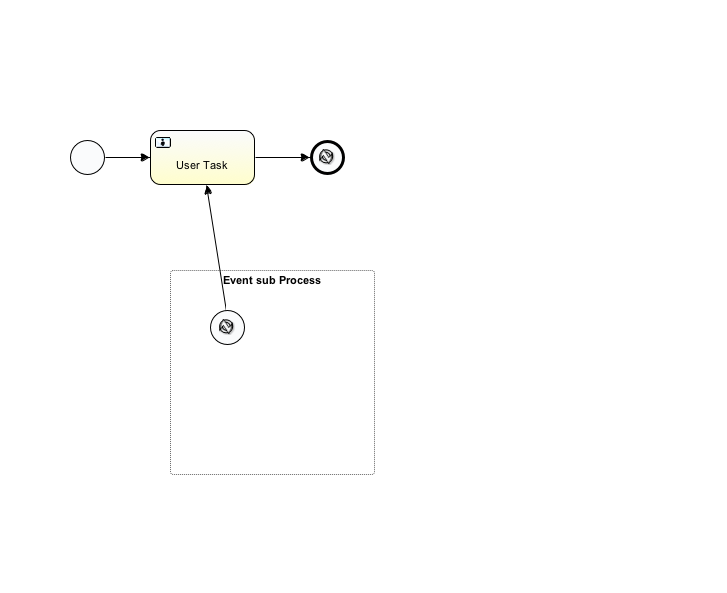
This is src/main/resources/diagrams/ErrorEventAndRerun.png from henryyan/activiti-study, a BPMN export, as it was before one commit. Its source is kept beside it as src/main/resources/diagrams/ErrorEventAndRerun.bpmn. Ids are renumbered. The source it was exported from:
```xml
<definitions xmlns="http://www.omg.org/spec/BPMN/20100524/MODEL" xmlns:xsi="http://www.w3.org/2001/XMLSchema-instance" xmlns:activiti="http://activiti.org/bpmn" xmlns:bpmndi="http://www.omg.org/spec/BPMN/20100524/DI" xmlns:omgdc="http://www.omg.org/spec/DD/20100524/DC" xmlns:omgdi="http://www.omg.org/spec/DD/20100524/DI" typeLanguage="http://www.w3.org/2001/XMLSchema" expressionLanguage="http://www.w3.org/1999/XPath" targetNamespace="http://www.activiti.org/test">
  <process id="ErrorEventAndRerun.bpmn" name="ErrorEventAndRerun">
    <startEvent id="startevent1" name="Start"></startEvent>
    <userTask id="usertask1" name="User Task" activiti:assignee="henryyan"></userTask>
    <endEvent id="endevent1" name="ErrorEnd">
      <errorEventDefinition errorRef="AAA"></errorEventDefinition>
    </endEvent>
    <subProcess id="eventsubprocess1" name="Event sub Process" triggeredByEvent="true">
      <startEvent id="errorstartevent1" name="Error start">
        <errorEventDefinition errorRef="AAA"></errorEventDefinition>
      </startEvent>
      <sequenceFlow id="flow3" name="" sourceRef="errorstartevent1" targetRef="usertask1"></sequenceFlow>
    </subProcess>
    <sequenceFlow id="flow1" name="" sourceRef="startevent1" targetRef="usertask1"></sequenceFlow>
    <sequenceFlow id="flow2" name="" sourceRef="usertask1" targetRef="endevent1"></sequenceFlow>
  </process>
  <bpmndi:BPMNDiagram id="BPMNDiagram_ErrorEventAndRerun.bpmn">
    <bpmndi:BPMNPlane bpmnElement="ErrorEventAndRerun.bpmn" id="BPMNPlane_ErrorEventAndRerun.bpmn">
      <bpmndi:BPMNShape bpmnElement="startevent1" id="BPMNShape_startevent1">
        <omgdc:Bounds height="35" width="35" x="70" y="140"></omgdc:Bounds>
      </bpmndi:BPMNShape>
      <bpmndi:BPMNShape bpmnElement="usertask1" id="BPMNShape_usertask1">
        <omgdc:Bounds height="55" width="105" x="150" y="130"></omgdc:Bounds>
      </bpmndi:BPMNShape>
      <bpmndi:BPMNShape bpmnElement="endevent1" id="BPMNShape_endevent1">
        <omgdc:Bounds height="35" width="35" x="310" y="140"></omgdc:Bounds>
      </bpmndi:BPMNShape>
      <bpmndi:BPMNShape bpmnElement="eventsubprocess1" id="BPMNShape_eventsubprocess1" isExpanded="true">
        <omgdc:Bounds height="205" width="205" x="170" y="270"></omgdc:Bounds>
      </bpmndi:BPMNShape>
      <bpmndi:BPMNShape bpmnElement="errorstartevent1" id="BPMNShape_errorstartevent1">
        <omgdc:Bounds height="35" width="35" x="210" y="310"></omgdc:Bounds>
      </bpmndi:BPMNShape>
      <bpmndi:BPMNEdge bpmnElement="flow3" id="BPMNEdge_flow3">
        <omgdi:waypoint x="227" y="310"></omgdi:waypoint>
        <omgdi:waypoint x="202" y="185"></omgdi:waypoint>
      </bpmndi:BPMNEdge>
      <bpmndi:BPMNEdge bpmnElement="flow1" id="BPMNEdge_flow1">
        <omgdi:waypoint x="105" y="157"></omgdi:waypoint>
        <omgdi:waypoint x="150" y="157"></omgdi:waypoint>
      </bpmndi:BPMNEdge>
      <bpmndi:BPMNEdge bpmnElement="flow2" id="BPMNEdge_flow2">
        <omgdi:waypoint x="255" y="157"></omgdi:waypoint>
        <omgdi:waypoint x="310" y="157"></omgdi:waypoint>
      </bpmndi:BPMNEdge>
    </bpmndi:BPMNPlane>
  </bpmndi:BPMNDiagram>
</definitions>
```
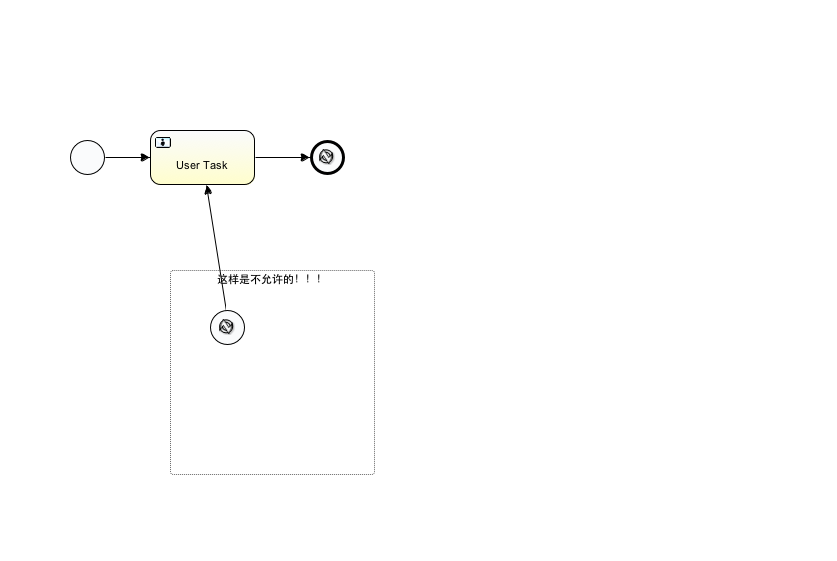
Above is the later version.

Change to the diagram source:
```diff
@@ -5,7 +5,7 @@
     <endEvent id="endevent1" name="ErrorEnd">
       <errorEventDefinition errorRef="AAA"></errorEventDefinition>
     </endEvent>
-    <subProcess id="eventsubprocess1" name="Event sub Process" triggeredByEvent="true">
+    <subProcess id="eventsubprocess1" name="这样是不允许的！！！" triggeredByEvent="true">
       <startEvent id="errorstartevent1" name="Error start">
         <errorEventDefinition errorRef="AAA"></errorEventDefinition>
       </startEvent>
```
